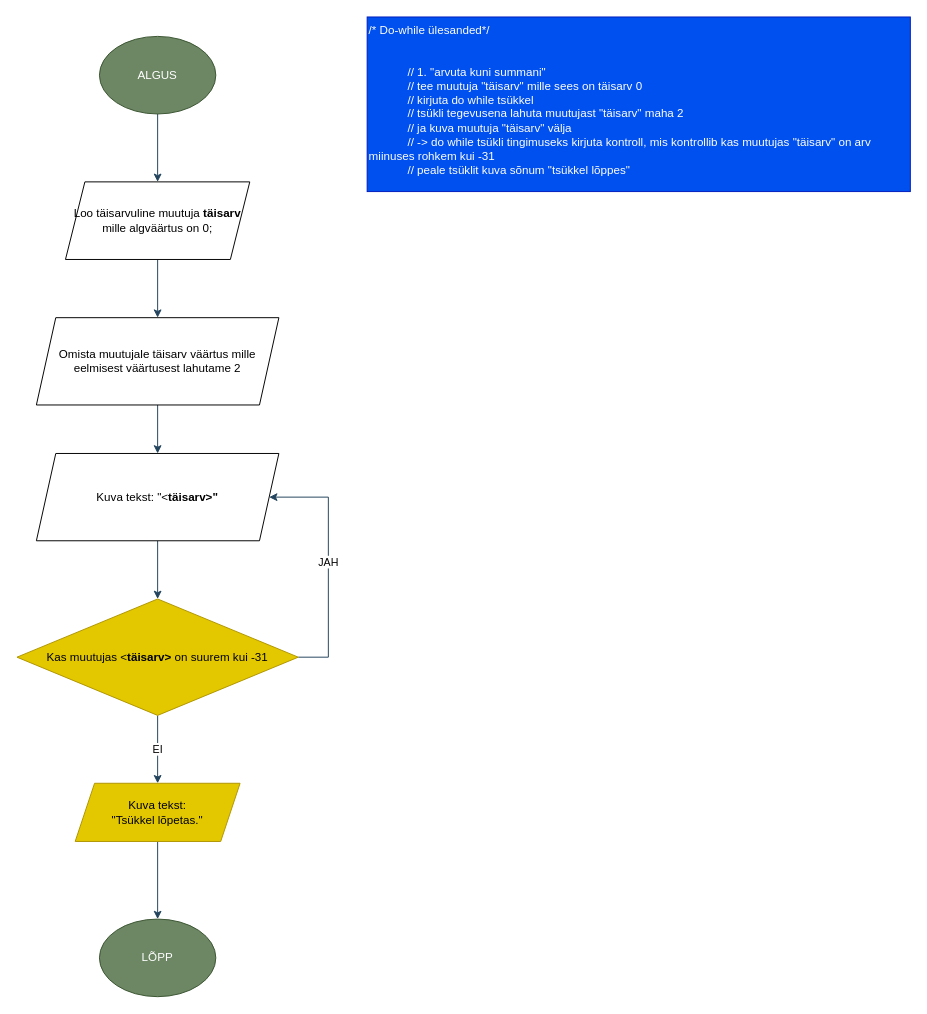
Earlier version of the draw.io diagram VOOSKEEMID/do-while-1_ArvutaKuniSummani.drawio (jarmojott/KordamisYlesanded). Source tidied: cells renumbered, new cells numbered last; positions are measured from the earlier drawing's top-left corner, leaving out a move shared by most shapes. Both pictures are drawn from the tidied source at 97%, with x=0, y=0 at pixel (16, 16).
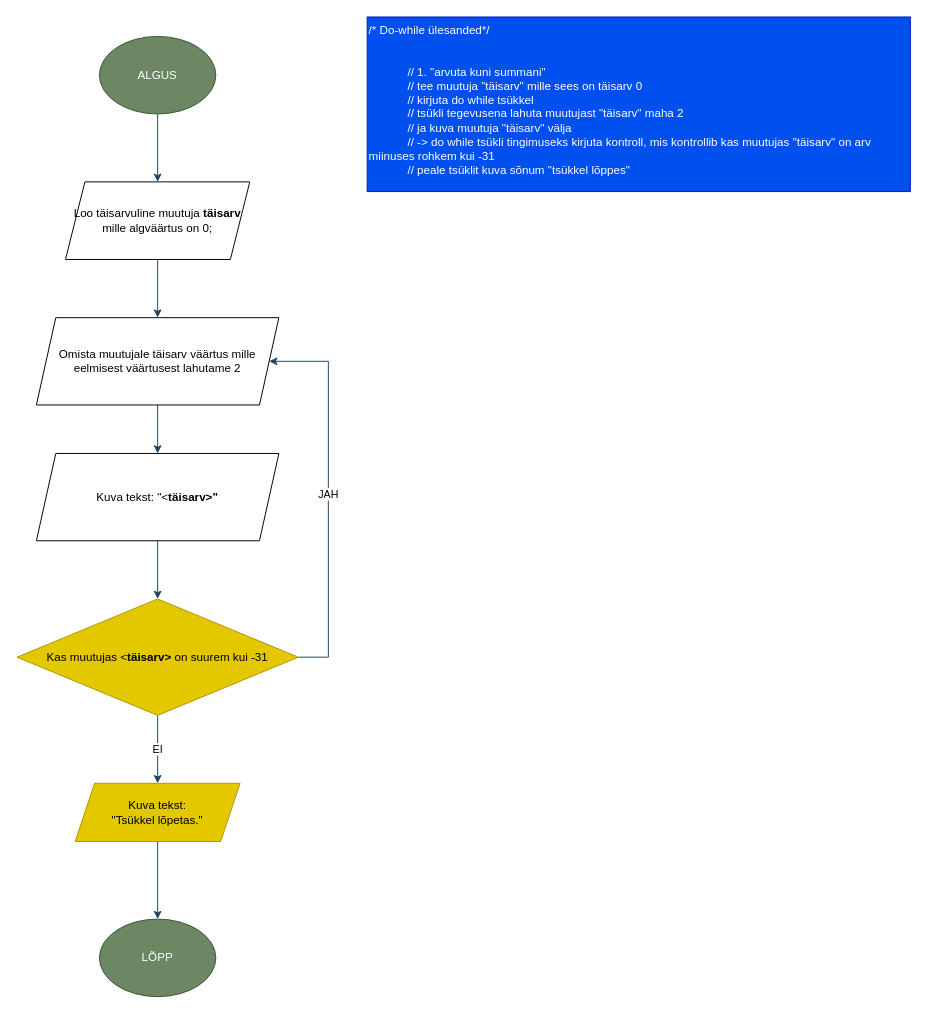
The same diagram, later.

Commit message (it also covers changes not shown here):
do-while #2 (pikenda sõnumit)

Diff of the diagram source:
```diff
@@
 <mxGraphModel>
   <root>
     <mxCell id="0" />
     <mxCell id="1" parent="0" />
     <mxCell id="2" style="edgeStyle=orthogonalEdgeStyle;rounded=0;jettySize=auto;html=1;strokeColor=#23445D;" parent="1" edge="1" source="3" target="5">
       <mxGeometry relative="1" as="geometry" />
     </mxCell>
     <mxCell id="3" value="ALGUS" style="ellipse;whiteSpace=wrap;html=1;labelBackgroundColor=none;fillColor=#6d8764;strokeColor=#3A5431;fontColor=#ffffff;" parent="1" vertex="1">
       <mxGeometry x="85" y="20" width="120" height="80" as="geometry" />
     </mxCell>
     <mxCell id="4" style="edgeStyle=orthogonalEdgeStyle;rounded=0;jettySize=auto;html=1;strokeColor=#23445D;" parent="1" edge="1" source="5" target="8">
       <mxGeometry relative="1" as="geometry" />
     </mxCell>
     <mxCell id="5" value="Loo täisarvuline muutuja &lt;b&gt;täisarv &lt;/b&gt;mille algväärtus on 0;" style="shape=parallelogram;perimeter=parallelogramPerimeter;whiteSpace=wrap;html=1;fixedSize=1;labelBackgroundColor=none;" parent="1" vertex="1">
       <mxGeometry x="50" y="170" width="190" height="80" as="geometry" />
     </mxCell>
     <mxCell id="6" value="/* Do-while ülesanded*/&#10;&#10;&#10;            // 1. &quot;arvuta kuni summani&quot;&#10;            // tee muutuja &quot;täisarv&quot; mille sees on täisarv 0&#10;            // kirjuta do while tsükkel&#10;            // tsükli tegevusena lahuta muutujast &quot;täisarv&quot; maha 2&#10;            // ja kuva muutuja &quot;täisarv&quot; välja&#10;            // -&gt; do while tsükli tingimuseks kirjuta kontroll, mis kontrollib kas muutujas &quot;täisarv&quot; on arv miinuses rohkem kui -31&#10;            // peale tsüklit kuva sõnum &quot;tsükkel lõppes&quot;" style="text;whiteSpace=wrap;fontColor=#ffffff;fillColor=#0050ef;strokeColor=#001DBC;" parent="1" vertex="1">
       <mxGeometry x="361" width="560" height="180" as="geometry" />
     </mxCell>
     <mxCell id="7" style="edgeStyle=orthogonalEdgeStyle;rounded=0;jettySize=auto;html=1;strokeColor=#23445D;" parent="1" edge="1" source="8" target="10">
       <mxGeometry relative="1" as="geometry" />
     </mxCell>
     <mxCell id="8" value="Omista muutujale täisarv väärtus mille eelmisest väärtusest lahutame 2" style="shape=parallelogram;perimeter=parallelogramPerimeter;whiteSpace=wrap;html=1;fixedSize=1;labelBackgroundColor=none;" parent="1" vertex="1">
       <mxGeometry x="20" y="310" width="250" height="90" as="geometry" />
     </mxCell>
     <mxCell id="9" style="edgeStyle=orthogonalEdgeStyle;rounded=0;jettySize=auto;html=1;strokeColor=#23445D;" parent="1" edge="1" source="10" target="13">
       <mxGeometry relative="1" as="geometry" />
     </mxCell>
     <mxCell id="10" value="Kuva tekst: &quot;&amp;lt;&lt;b&gt;täisarv&amp;gt;&quot;&lt;/b&gt;" style="shape=parallelogram;perimeter=parallelogramPerimeter;whiteSpace=wrap;html=1;fixedSize=1;labelBackgroundColor=none;" parent="1" vertex="1">
       <mxGeometry x="20" y="450" width="250" height="90" as="geometry" />
     </mxCell>
     <mxCell id="11" value="EI" style="edgeStyle=orthogonalEdgeStyle;rounded=0;jettySize=auto;html=1;strokeColor=#23445D;" parent="1" edge="1" source="13" target="15">
       <mxGeometry relative="1" as="geometry" />
     </mxCell>
-    <mxCell id="12" value="JAH" style="edgeStyle=orthogonalEdgeStyle;rounded=0;jettySize=auto;html=1;entryX=1;entryY=0.5;entryDx=0;entryDy=0;strokeColor=#23445D;" parent="1" edge="1" source="13" target="10">
+    <mxCell id="12" value="JAH" style="edgeStyle=orthogonalEdgeStyle;rounded=0;jettySize=auto;html=1;strokeColor=#23445D;entryX=1;entryY=0.5;entryDx=0;entryDy=0;" parent="1" edge="1" source="13" target="8">
       <mxGeometry relative="1" as="geometry">
         <Array as="points">
           <mxPoint x="321" y="660" />
-          <mxPoint x="321" y="495" />
+          <mxPoint x="321" y="355" />
         </Array>
       </mxGeometry>
     </mxCell>
     <mxCell id="13" value="Kas muutujas &amp;lt;&lt;b&gt;täisarv&amp;gt; &lt;/b&gt;on suurem kui -31" style="rhombus;whiteSpace=wrap;html=1;labelBackgroundColor=none;fillColor=#e3c800;fontColor=#000000;strokeColor=#B09500;" parent="1" vertex="1">
       <mxGeometry y="600" width="290" height="120" as="geometry" />
     </mxCell>
     <mxCell id="14" style="edgeStyle=orthogonalEdgeStyle;rounded=0;jettySize=auto;html=1;strokeColor=#23445D;" parent="1" edge="1" source="15" target="16">
       <mxGeometry relative="1" as="geometry" />
     </mxCell>
     <mxCell id="15" value="Kuva tekst: &lt;br&gt;&quot;Tsükkel lõpetas.&quot;" style="shape=parallelogram;perimeter=parallelogramPerimeter;whiteSpace=wrap;html=1;fixedSize=1;fillColor=#e3c800;strokeColor=#B09500;fontColor=#000000;labelBackgroundColor=none;" parent="1" vertex="1">
       <mxGeometry x="60" y="790" width="170" height="60" as="geometry" />
     </mxCell>
     <mxCell id="16" value="LÕPP" style="ellipse;whiteSpace=wrap;html=1;strokeColor=#3A5431;fontColor=#ffffff;fillColor=#6d8764;" parent="1" vertex="1">
       <mxGeometry x="85" y="930" width="120" height="80" as="geometry" />
     </mxCell>
   </root>
 </mxGraphModel>
```
